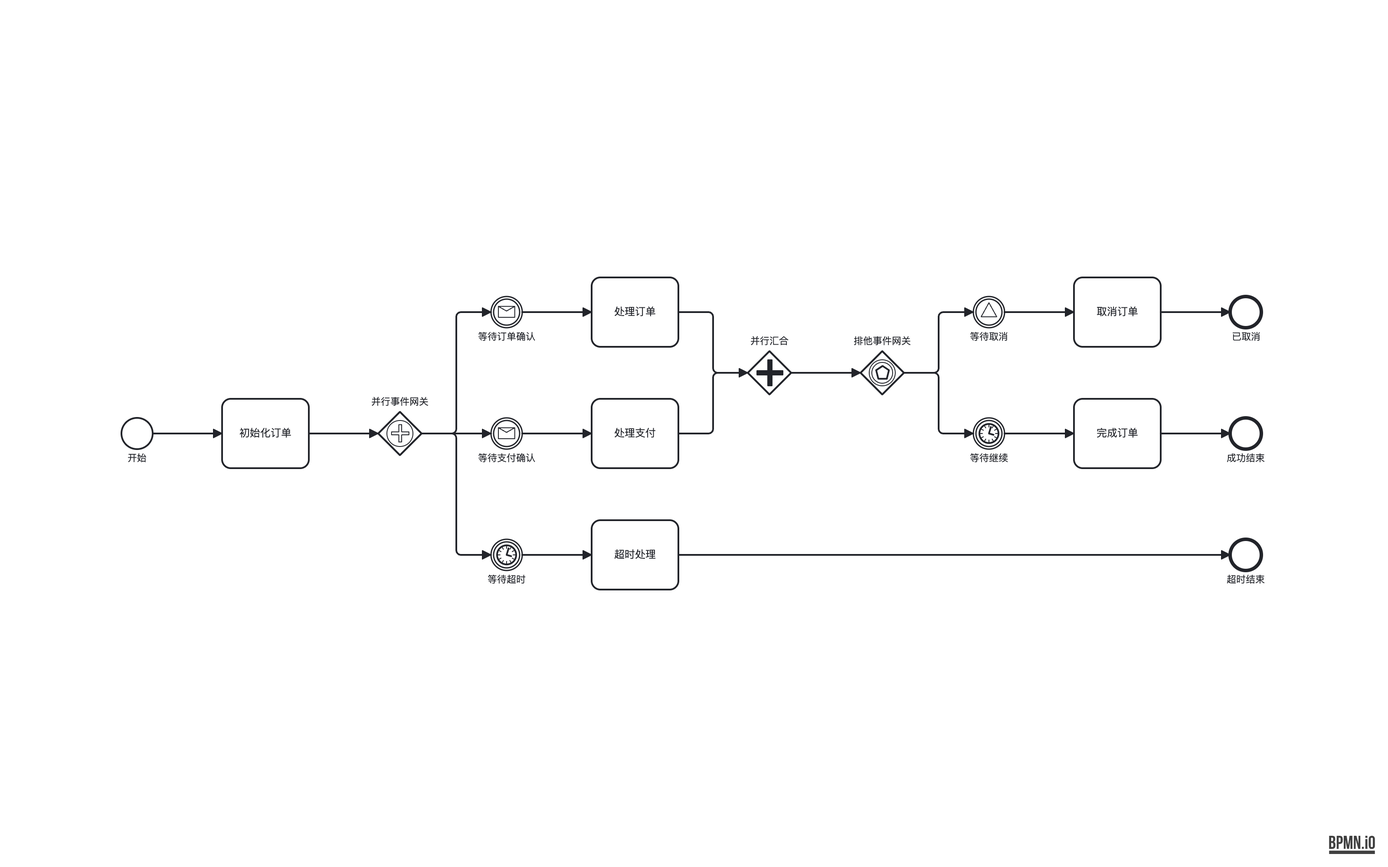
This is out-bpmn-png/32-event-gateway-parallel.png from LcpMarvel/tramito-layout, a BPMN export, as it was before one commit. Its source is kept beside it as out-xml/32-event-gateway-parallel.bpmn. Ids are renumbered. Source of this version:
```xml
<bpmn:definitions xmlns:bpmn="http://www.omg.org/spec/BPMN/20100524/MODEL" xmlns:xsi="http://www.w3.org/2001/XMLSchema-instance" xmlns:bpmndi="http://www.omg.org/spec/BPMN/20100524/DI" xmlns:dc="http://www.omg.org/spec/DD/20100524/DC" xmlns:di="http://www.omg.org/spec/DD/20100524/DI" id="definitions_event_gateway_parallel" targetNamespace="http://example.com/test-event-gateway-parallel" exporter="ELK-BPMN Test Generator" exporterVersion="1.0">
  <bpmn:message id="msg_order" name="订单消息" />
  <bpmn:message id="msg_payment" name="支付消息" />
  <bpmn:signal id="sig_cancel" name="取消信号" />
  <bpmn:process id="process_event_gateway_parallel" name="并行事件网关测试" isExecutable="true">
    <bpmn:startEvent id="start_1" name="开始">
      <bpmn:outgoing>flow_start</bpmn:outgoing>
    </bpmn:startEvent>
    <bpmn:task id="task_init" name="初始化订单">
      <bpmn:incoming>flow_start</bpmn:incoming>
      <bpmn:outgoing>flow_to_parallel_gateway</bpmn:outgoing>
    </bpmn:task>
    <bpmn:eventBasedGateway id="gateway_event_parallel" name="并行事件网关" gatewayDirection="Diverging" eventGatewayType="Parallel">
      <bpmn:incoming>flow_to_parallel_gateway</bpmn:incoming>
      <bpmn:outgoing>flow_parallel_order</bpmn:outgoing>
      <bpmn:outgoing>flow_parallel_payment</bpmn:outgoing>
      <bpmn:outgoing>flow_parallel_timer</bpmn:outgoing>
    </bpmn:eventBasedGateway>
    <bpmn:intermediateCatchEvent id="catch_message_order" name="等待订单确认">
      <bpmn:incoming>flow_parallel_order</bpmn:incoming>
      <bpmn:outgoing>flow_order_process</bpmn:outgoing>
      <bpmn:messageEventDefinition messageRef="msg_order" />
    </bpmn:intermediateCatchEvent>
    <bpmn:intermediateCatchEvent id="catch_message_payment" name="等待支付确认">
      <bpmn:incoming>flow_parallel_payment</bpmn:incoming>
      <bpmn:outgoing>flow_payment_process</bpmn:outgoing>
      <bpmn:messageEventDefinition messageRef="msg_payment" />
    </bpmn:intermediateCatchEvent>
    <bpmn:intermediateCatchEvent id="catch_timer" name="等待超时">
      <bpmn:incoming>flow_parallel_timer</bpmn:incoming>
      <bpmn:outgoing>flow_timer_process</bpmn:outgoing>
      <bpmn:timerEventDefinition>
        <bpmn:timeDuration xsi:type="bpmn:tFormalExpression">PT30M</bpmn:timeDuration>
      </bpmn:timerEventDefinition>
    </bpmn:intermediateCatchEvent>
    <bpmn:task id="task_process_order" name="处理订单">
      <bpmn:incoming>flow_order_process</bpmn:incoming>
      <bpmn:outgoing>flow_order_to_join</bpmn:outgoing>
    </bpmn:task>
    <bpmn:task id="task_process_payment" name="处理支付">
      <bpmn:incoming>flow_payment_process</bpmn:incoming>
      <bpmn:outgoing>flow_payment_to_join</bpmn:outgoing>
    </bpmn:task>
    <bpmn:task id="task_timeout_handler" name="超时处理">
      <bpmn:incoming>flow_timer_process</bpmn:incoming>
      <bpmn:outgoing>flow_timeout_end</bpmn:outgoing>
    </bpmn:task>
    <bpmn:parallelGateway id="gateway_parallel_join" name="并行汇合" gatewayDirection="Converging">
      <bpmn:incoming>flow_order_to_join</bpmn:incoming>
      <bpmn:incoming>flow_payment_to_join</bpmn:incoming>
      <bpmn:outgoing>flow_join_to_exclusive</bpmn:outgoing>
    </bpmn:parallelGateway>
    <bpmn:task id="task_complete" name="完成订单">
      <bpmn:incoming>flow_continue_complete</bpmn:incoming>
      <bpmn:outgoing>flow_complete_end</bpmn:outgoing>
    </bpmn:task>
    <bpmn:endEvent id="end_success" name="成功结束">
      <bpmn:incoming>flow_complete_end</bpmn:incoming>
    </bpmn:endEvent>
    <bpmn:endEvent id="end_timeout" name="超时结束">
      <bpmn:incoming>flow_timeout_end</bpmn:incoming>
    </bpmn:endEvent>
    <bpmn:eventBasedGateway id="gateway_event_exclusive" name="排他事件网关" gatewayDirection="Diverging">
      <bpmn:incoming>flow_join_to_exclusive</bpmn:incoming>
      <bpmn:outgoing>flow_exclusive_cancel</bpmn:outgoing>
      <bpmn:outgoing>flow_exclusive_continue</bpmn:outgoing>
    </bpmn:eventBasedGateway>
    <bpmn:intermediateCatchEvent id="catch_signal_cancel" name="等待取消">
      <bpmn:incoming>flow_exclusive_cancel</bpmn:incoming>
      <bpmn:outgoing>flow_cancel_task</bpmn:outgoing>
      <bpmn:signalEventDefinition signalRef="sig_cancel" />
    </bpmn:intermediateCatchEvent>
    <bpmn:intermediateCatchEvent id="catch_timer_continue" name="等待继续">
      <bpmn:incoming>flow_exclusive_continue</bpmn:incoming>
      <bpmn:outgoing>flow_continue_complete</bpmn:outgoing>
      <bpmn:timerEventDefinition>
        <bpmn:timeDuration xsi:type="bpmn:tFormalExpression">PT10M</bpmn:timeDuration>
      </bpmn:timerEventDefinition>
    </bpmn:intermediateCatchEvent>
    <bpmn:task id="task_cancel" name="取消订单">
      <bpmn:incoming>flow_cancel_task</bpmn:incoming>
      <bpmn:outgoing>flow_cancel_end</bpmn:outgoing>
    </bpmn:task>
    <bpmn:endEvent id="end_cancelled" name="已取消">
      <bpmn:incoming>flow_cancel_end</bpmn:incoming>
    </bpmn:endEvent>
    <bpmn:eventBasedGateway id="gateway_instantiate" name="实例化事件网关" gatewayDirection="Diverging" instantiate="true" />
    <bpmn:sequenceFlow id="flow_start" sourceRef="start_1" targetRef="task_init" />
    <bpmn:sequenceFlow id="flow_to_parallel_gateway" sourceRef="task_init" targetRef="gateway_event_parallel" />
    <bpmn:sequenceFlow id="flow_parallel_order" sourceRef="gateway_event_parallel" targetRef="catch_message_order" />
    <bpmn:sequenceFlow id="flow_parallel_payment" sourceRef="gateway_event_parallel" targetRef="catch_message_payment" />
    <bpmn:sequenceFlow id="flow_parallel_timer" sourceRef="gateway_event_parallel" targetRef="catch_timer" />
    <bpmn:sequenceFlow id="flow_order_process" sourceRef="catch_message_order" targetRef="task_process_order" />
    <bpmn:sequenceFlow id="flow_payment_process" sourceRef="catch_message_payment" targetRef="task_process_payment" />
    <bpmn:sequenceFlow id="flow_timer_process" sourceRef="catch_timer" targetRef="task_timeout_handler" />
    <bpmn:sequenceFlow id="flow_order_to_join" sourceRef="task_process_order" targetRef="gateway_parallel_join" />
    <bpmn:sequenceFlow id="flow_payment_to_join" sourceRef="task_process_payment" targetRef="gateway_parallel_join" />
    <bpmn:sequenceFlow id="flow_join_to_exclusive" sourceRef="gateway_parallel_join" targetRef="gateway_event_exclusive" />
    <bpmn:sequenceFlow id="flow_exclusive_cancel" sourceRef="gateway_event_exclusive" targetRef="catch_signal_cancel" />
    <bpmn:sequenceFlow id="flow_exclusive_continue" sourceRef="gateway_event_exclusive" targetRef="catch_timer_continue" />
    <bpmn:sequenceFlow id="flow_continue_complete" sourceRef="catch_timer_continue" targetRef="task_complete" />
    <bpmn:sequenceFlow id="flow_complete_end" sourceRef="task_complete" targetRef="end_success" />
    <bpmn:sequenceFlow id="flow_cancel_task" sourceRef="catch_signal_cancel" targetRef="task_cancel" />
    <bpmn:sequenceFlow id="flow_cancel_end" sourceRef="task_cancel" targetRef="end_cancelled" />
    <bpmn:sequenceFlow id="flow_timeout_end" sourceRef="task_timeout_handler" targetRef="end_timeout" />
  </bpmn:process>
  <bpmndi:BPMNDiagram id="BPMNDiagram_definitions_event_gateway_parallel" name="BPMNDiagram">
    <bpmndi:BPMNPlane id="BPMNPlane_definitions_event_gateway_parallel" bpmnElement="process_event_gateway_parallel">
      <bpmndi:BPMNShape id="process_event_gateway_parallel_di" bpmnElement="process_event_gateway_parallel">
        <dc:Bounds x="0" y="0" width="1396" height="424" />
      </bpmndi:BPMNShape>
      <bpmndi:BPMNShape id="start_1_di" bpmnElement="start_1">
        <dc:Bounds x="62" y="194" width="36" height="36" />
        <bpmndi:BPMNLabel>
          <dc:Bounds x="30" y="234" width="100" height="14" />
        </bpmndi:BPMNLabel>
      </bpmndi:BPMNShape>
      <bpmndi:BPMNShape id="task_init_di" bpmnElement="task_init">
        <dc:Bounds x="178" y="172" width="100" height="80" />
      </bpmndi:BPMNShape>
      <bpmndi:BPMNShape id="gateway_event_parallel_di" bpmnElement="gateway_event_parallel">
        <dc:Bounds x="358" y="187" width="50" height="50" />
        <bpmndi:BPMNLabel>
          <dc:Bounds x="341" y="169" width="84" height="14" />
        </bpmndi:BPMNLabel>
      </bpmndi:BPMNShape>
      <bpmndi:BPMNShape id="catch_message_order_di" bpmnElement="catch_message_order">
        <dc:Bounds x="488" y="54" width="36" height="36" />
        <bpmndi:BPMNLabel>
          <dc:Bounds x="456" y="94" width="100" height="14" />
        </bpmndi:BPMNLabel>
      </bpmndi:BPMNShape>
      <bpmndi:BPMNShape id="catch_message_payment_di" bpmnElement="catch_message_payment">
        <dc:Bounds x="488" y="194" width="36" height="36" />
        <bpmndi:BPMNLabel>
          <dc:Bounds x="456" y="234" width="100" height="14" />
        </bpmndi:BPMNLabel>
      </bpmndi:BPMNShape>
      <bpmndi:BPMNShape id="catch_timer_di" bpmnElement="catch_timer">
        <dc:Bounds x="488" y="334" width="36" height="36" />
        <bpmndi:BPMNLabel>
          <dc:Bounds x="456" y="374" width="100" height="14" />
        </bpmndi:BPMNLabel>
      </bpmndi:BPMNShape>
      <bpmndi:BPMNShape id="task_process_order_di" bpmnElement="task_process_order">
        <dc:Bounds x="604" y="32" width="100" height="80" />
      </bpmndi:BPMNShape>
      <bpmndi:BPMNShape id="task_process_payment_di" bpmnElement="task_process_payment">
        <dc:Bounds x="604" y="172" width="100" height="80" />
      </bpmndi:BPMNShape>
      <bpmndi:BPMNShape id="task_timeout_handler_di" bpmnElement="task_timeout_handler">
        <dc:Bounds x="604" y="312" width="100" height="80" />
      </bpmndi:BPMNShape>
      <bpmndi:BPMNShape id="gateway_parallel_join_di" bpmnElement="gateway_parallel_join">
        <dc:Bounds x="784" y="117" width="50" height="50" />
        <bpmndi:BPMNLabel>
          <dc:Bounds x="781" y="99" width="56" height="14" />
        </bpmndi:BPMNLabel>
      </bpmndi:BPMNShape>
      <bpmndi:BPMNShape id="task_complete_di" bpmnElement="task_complete">
        <dc:Bounds x="1160" y="172" width="100" height="80" />
      </bpmndi:BPMNShape>
      <bpmndi:BPMNShape id="end_success_di" bpmnElement="end_success">
        <dc:Bounds x="1340" y="194" width="36" height="36" />
        <bpmndi:BPMNLabel>
          <dc:Bounds x="1308" y="234" width="100" height="14" />
        </bpmndi:BPMNLabel>
      </bpmndi:BPMNShape>
      <bpmndi:BPMNShape id="end_timeout_di" bpmnElement="end_timeout">
        <dc:Bounds x="1340" y="334" width="36" height="36" />
        <bpmndi:BPMNLabel>
          <dc:Bounds x="1308" y="374" width="100" height="14" />
        </bpmndi:BPMNLabel>
      </bpmndi:BPMNShape>
      <bpmndi:BPMNShape id="gateway_event_exclusive_di" bpmnElement="gateway_event_exclusive">
        <dc:Bounds x="914" y="117" width="50" height="50" />
        <bpmndi:BPMNLabel>
          <dc:Bounds x="897" y="99" width="84" height="14" />
        </bpmndi:BPMNLabel>
      </bpmndi:BPMNShape>
      <bpmndi:BPMNShape id="catch_signal_cancel_di" bpmnElement="catch_signal_cancel">
        <dc:Bounds x="1044" y="54" width="36" height="36" />
        <bpmndi:BPMNLabel>
          <dc:Bounds x="1012" y="94" width="100" height="14" />
        </bpmndi:BPMNLabel>
      </bpmndi:BPMNShape>
      <bpmndi:BPMNShape id="catch_timer_continue_di" bpmnElement="catch_timer_continue">
        <dc:Bounds x="1044" y="194" width="36" height="36" />
        <bpmndi:BPMNLabel>
          <dc:Bounds x="1012" y="234" width="100" height="14" />
        </bpmndi:BPMNLabel>
      </bpmndi:BPMNShape>
      <bpmndi:BPMNShape id="task_cancel_di" bpmnElement="task_cancel">
        <dc:Bounds x="1160" y="32" width="100" height="80" />
      </bpmndi:BPMNShape>
      <bpmndi:BPMNShape id="end_cancelled_di" bpmnElement="end_cancelled">
        <dc:Bounds x="1340" y="54" width="36" height="36" />
        <bpmndi:BPMNLabel>
          <dc:Bounds x="1308" y="94" width="100" height="14" />
        </bpmndi:BPMNLabel>
      </bpmndi:BPMNShape>
      <bpmndi:BPMNEdge id="flow_start_di" bpmnElement="flow_start">
        <di:waypoint x="98" y="212" />
        <di:waypoint x="178" y="212" />
      </bpmndi:BPMNEdge>
      <bpmndi:BPMNEdge id="flow_to_parallel_gateway_di" bpmnElement="flow_to_parallel_gateway">
        <di:waypoint x="278" y="212" />
        <di:waypoint x="358" y="212" />
      </bpmndi:BPMNEdge>
      <bpmndi:BPMNEdge id="flow_parallel_order_di" bpmnElement="flow_parallel_order">
        <di:waypoint x="408" y="212" />
        <di:waypoint x="448" y="212" />
        <di:waypoint x="448" y="72" />
        <di:waypoint x="488" y="72" />
      </bpmndi:BPMNEdge>
      <bpmndi:BPMNEdge id="flow_parallel_payment_di" bpmnElement="flow_parallel_payment">
        <di:waypoint x="408" y="212" />
        <di:waypoint x="488" y="212" />
      </bpmndi:BPMNEdge>
      <bpmndi:BPMNEdge id="flow_parallel_timer_di" bpmnElement="flow_parallel_timer">
        <di:waypoint x="408" y="212" />
        <di:waypoint x="448" y="212" />
        <di:waypoint x="448" y="352" />
        <di:waypoint x="488" y="352" />
      </bpmndi:BPMNEdge>
      <bpmndi:BPMNEdge id="flow_order_process_di" bpmnElement="flow_order_process">
        <di:waypoint x="524" y="72" />
        <di:waypoint x="604" y="72" />
      </bpmndi:BPMNEdge>
      <bpmndi:BPMNEdge id="flow_payment_process_di" bpmnElement="flow_payment_process">
        <di:waypoint x="524" y="212" />
        <di:waypoint x="604" y="212" />
      </bpmndi:BPMNEdge>
      <bpmndi:BPMNEdge id="flow_timer_process_di" bpmnElement="flow_timer_process">
        <di:waypoint x="524" y="352" />
        <di:waypoint x="604" y="352" />
      </bpmndi:BPMNEdge>
      <bpmndi:BPMNEdge id="flow_order_to_join_di" bpmnElement="flow_order_to_join">
        <di:waypoint x="704" y="72" />
        <di:waypoint x="744" y="72" />
        <di:waypoint x="744" y="142" />
        <di:waypoint x="784" y="142" />
      </bpmndi:BPMNEdge>
      <bpmndi:BPMNEdge id="flow_payment_to_join_di" bpmnElement="flow_payment_to_join">
        <di:waypoint x="704" y="212" />
        <di:waypoint x="744" y="212" />
        <di:waypoint x="744" y="142" />
        <di:waypoint x="784" y="142" />
      </bpmndi:BPMNEdge>
      <bpmndi:BPMNEdge id="flow_join_to_exclusive_di" bpmnElement="flow_join_to_exclusive">
        <di:waypoint x="834" y="142" />
        <di:waypoint x="914" y="142" />
      </bpmndi:BPMNEdge>
      <bpmndi:BPMNEdge id="flow_exclusive_cancel_di" bpmnElement="flow_exclusive_cancel">
        <di:waypoint x="964" y="142" />
        <di:waypoint x="1004" y="142" />
        <di:waypoint x="1004" y="72" />
        <di:waypoint x="1044" y="72" />
      </bpmndi:BPMNEdge>
      <bpmndi:BPMNEdge id="flow_exclusive_continue_di" bpmnElement="flow_exclusive_continue">
        <di:waypoint x="964" y="142" />
        <di:waypoint x="1004" y="142" />
        <di:waypoint x="1004" y="212" />
        <di:waypoint x="1044" y="212" />
      </bpmndi:BPMNEdge>
      <bpmndi:BPMNEdge id="flow_continue_complete_di" bpmnElement="flow_continue_complete">
        <di:waypoint x="1080" y="212" />
        <di:waypoint x="1160" y="212" />
      </bpmndi:BPMNEdge>
      <bpmndi:BPMNEdge id="flow_complete_end_di" bpmnElement="flow_complete_end">
        <di:waypoint x="1260" y="212" />
        <di:waypoint x="1340" y="212" />
      </bpmndi:BPMNEdge>
      <bpmndi:BPMNEdge id="flow_cancel_task_di" bpmnElement="flow_cancel_task">
        <di:waypoint x="1080" y="72" />
        <di:waypoint x="1160" y="72" />
      </bpmndi:BPMNEdge>
      <bpmndi:BPMNEdge id="flow_cancel_end_di" bpmnElement="flow_cancel_end">
        <di:waypoint x="1260" y="72" />
        <di:waypoint x="1340" y="72" />
      </bpmndi:BPMNEdge>
      <bpmndi:BPMNEdge id="flow_timeout_end_di" bpmnElement="flow_timeout_end">
        <di:waypoint x="704" y="352" />
        <di:waypoint x="1340" y="352" />
      </bpmndi:BPMNEdge>
    </bpmndi:BPMNPlane>
  </bpmndi:BPMNDiagram>
</bpmn:definitions>
```
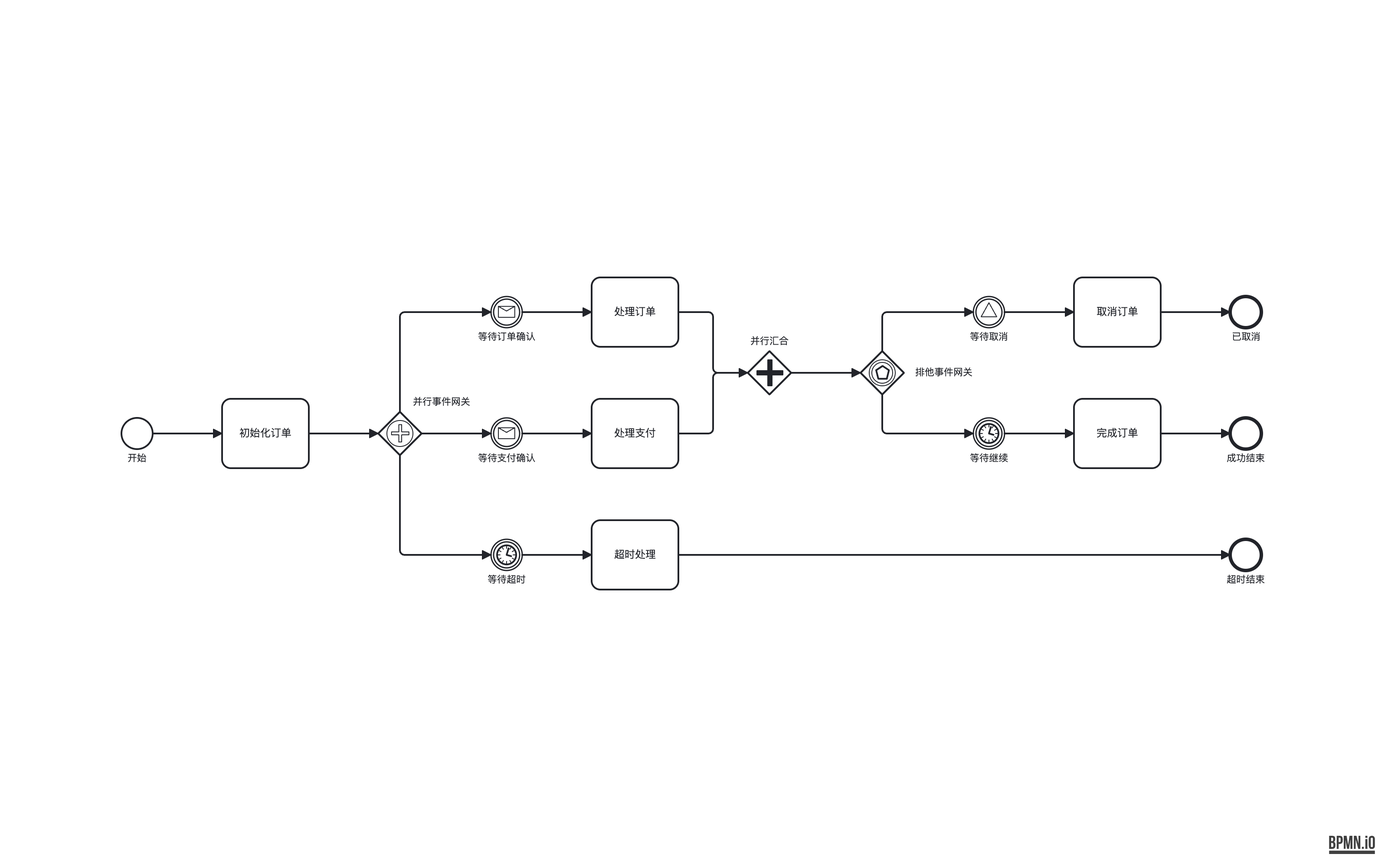
Later version of the same file.

Diff of the diagram source:
```diff
@@ -121,7 +121,7 @@
       <bpmndi:BPMNShape id="gateway_event_parallel_di" bpmnElement="gateway_event_parallel">
         <dc:Bounds x="358" y="187" width="50" height="50" />
         <bpmndi:BPMNLabel>
-          <dc:Bounds x="341" y="169" width="84" height="14" />
+          <dc:Bounds x="389" y="169" width="84" height="14" />
         </bpmndi:BPMNLabel>
       </bpmndi:BPMNShape>
       <bpmndi:BPMNShape id="catch_message_order_di" bpmnElement="catch_message_order">
@@ -175,7 +175,7 @@
       <bpmndi:BPMNShape id="gateway_event_exclusive_di" bpmnElement="gateway_event_exclusive">
         <dc:Bounds x="914" y="117" width="50" height="50" />
         <bpmndi:BPMNLabel>
-          <dc:Bounds x="897" y="99" width="84" height="14" />
+          <dc:Bounds x="968" y="135" width="84" height="14" />
         </bpmndi:BPMNLabel>
       </bpmndi:BPMNShape>
       <bpmndi:BPMNShape id="catch_signal_cancel_di" bpmnElement="catch_signal_cancel">
@@ -208,9 +208,8 @@
         <di:waypoint x="358" y="212" />
       </bpmndi:BPMNEdge>
       <bpmndi:BPMNEdge id="flow_parallel_order_di" bpmnElement="flow_parallel_order">
-        <di:waypoint x="408" y="212" />
-        <di:waypoint x="448" y="212" />
-        <di:waypoint x="448" y="72" />
+        <di:waypoint x="383" y="187" />
+        <di:waypoint x="383" y="72" />
         <di:waypoint x="488" y="72" />
       </bpmndi:BPMNEdge>
       <bpmndi:BPMNEdge id="flow_parallel_payment_di" bpmnElement="flow_parallel_payment">
@@ -218,9 +217,8 @@
         <di:waypoint x="488" y="212" />
       </bpmndi:BPMNEdge>
       <bpmndi:BPMNEdge id="flow_parallel_timer_di" bpmnElement="flow_parallel_timer">
-        <di:waypoint x="408" y="212" />
-        <di:waypoint x="448" y="212" />
-        <di:waypoint x="448" y="352" />
+        <di:waypoint x="383" y="237" />
+        <di:waypoint x="383" y="352" />
         <di:waypoint x="488" y="352" />
       </bpmndi:BPMNEdge>
       <bpmndi:BPMNEdge id="flow_order_process_di" bpmnElement="flow_order_process">
@@ -252,15 +250,13 @@
         <di:waypoint x="914" y="142" />
       </bpmndi:BPMNEdge>
       <bpmndi:BPMNEdge id="flow_exclusive_cancel_di" bpmnElement="flow_exclusive_cancel">
-        <di:waypoint x="964" y="142" />
-        <di:waypoint x="1004" y="142" />
-        <di:waypoint x="1004" y="72" />
+        <di:waypoint x="939" y="117" />
+        <di:waypoint x="939" y="72" />
         <di:waypoint x="1044" y="72" />
       </bpmndi:BPMNEdge>
       <bpmndi:BPMNEdge id="flow_exclusive_continue_di" bpmnElement="flow_exclusive_continue">
-        <di:waypoint x="964" y="142" />
-        <di:waypoint x="1004" y="142" />
-        <di:waypoint x="1004" y="212" />
+        <di:waypoint x="939" y="167" />
+        <di:waypoint x="939" y="212" />
         <di:waypoint x="1044" y="212" />
       </bpmndi:BPMNEdge>
       <bpmndi:BPMNEdge id="flow_continue_complete_di" bpmnElement="flow_continue_complete">
```
